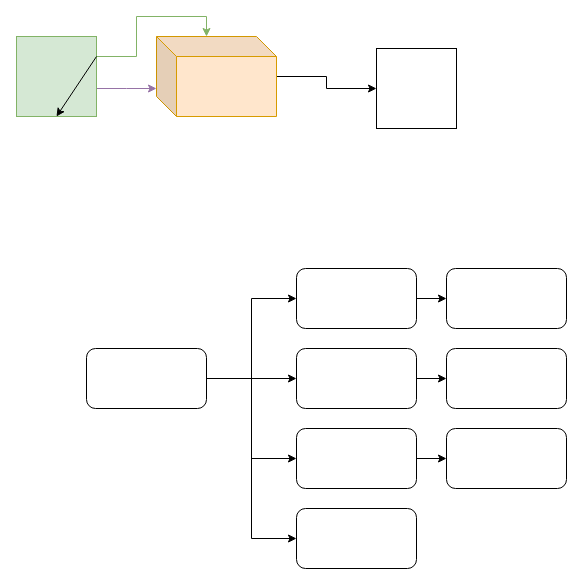
The draw.io diagram 未命名绘图.drawio in Jorgen7062/flow_chart, before the edit. Source tidied: cells renumbered, new cells numbered last; positions are measured from the earlier drawing's top-left corner, leaving out a move shared by most shapes. Both pictures are drawn from the tidied source at 100%, with x=0, y=0 at pixel (16, 16).
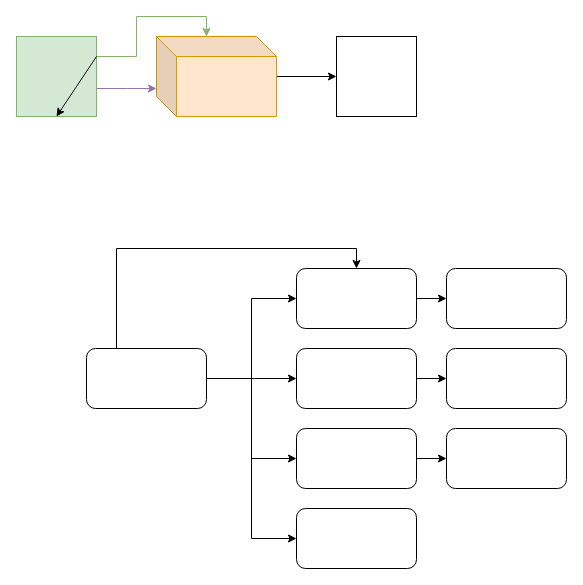
The same page after the edit.

Commit message:
更新未命名绘图004.drawio

The change refers to these unchanged cells:
```xml
<mxCell id="13" style="rounded=1;whiteSpace=wrap;html=1;" parent="1" vertex="1">
  <mxGeometry x="70" y="332" width="120" height="60" as="geometry" />
</mxCell>
<mxCell id="17" style="rounded=1;whiteSpace=wrap;html=1;" parent="1" vertex="1">
  <mxGeometry x="280" y="252" width="120" height="60" as="geometry" />
</mxCell>
```

Diff of the diagram source:
```diff
@@
     <mxCell id="8" style="whiteSpace=wrap;html=1;" parent="1" vertex="1">
-      <mxGeometry x="360" y="32" width="80" height="80" as="geometry" />
+      <mxGeometry x="320" y="20" width="80" height="80" as="geometry" />
     </mxCell>
@@
+    <mxCell id="24" style="edgeStyle=orthogonalEdgeStyle;rounded=0;jettySize=auto;html=1;exitX=0.25;exitY=0;exitDx=0;exitDy=0;entryX=0.5;entryY=0;entryDx=0;entryDy=0;" parent="1" edge="1" source="13" target="17">
+      <mxGeometry relative="1" as="geometry" />
+    </mxCell>
```
